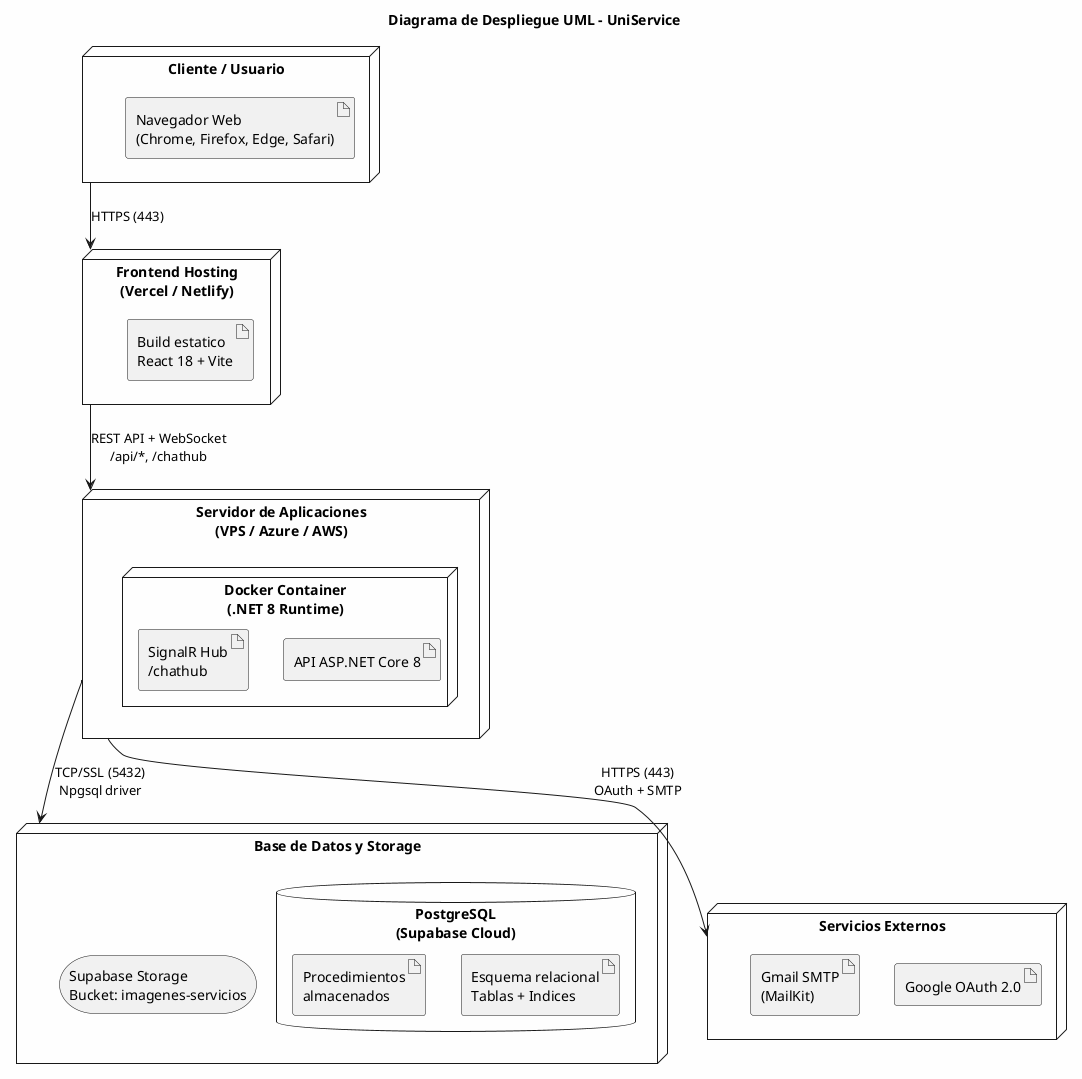
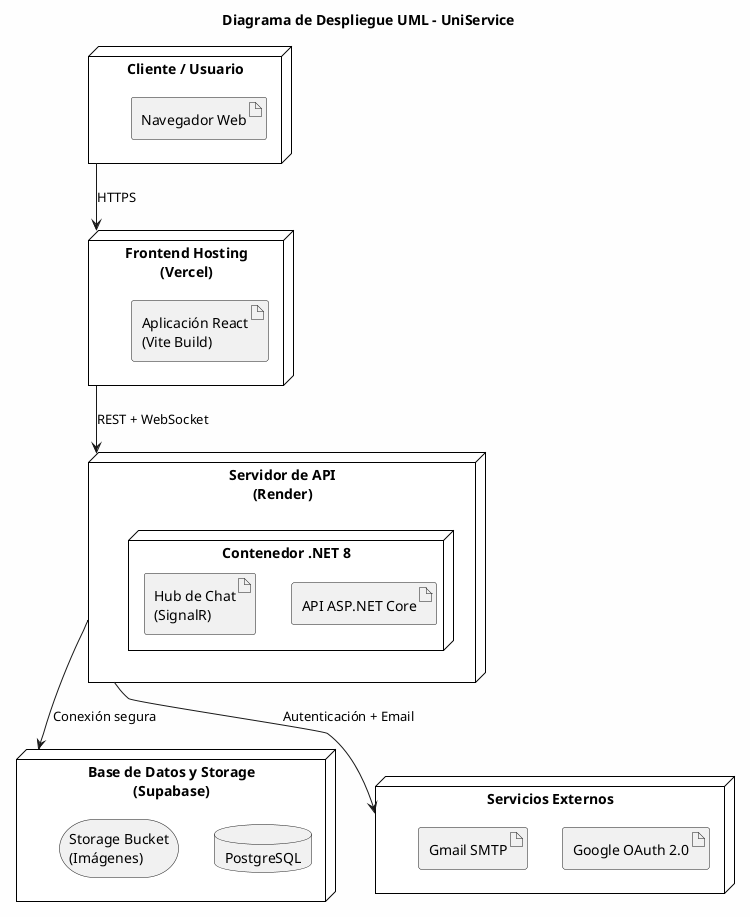
@startuml
skinparam backgroundColor #FEFEFE

title Diagrama de Despliegue UML - UniService

- node "Cliente / Usuario" as Cliente {
-     artifact "Navegador Web\n(Chrome, Firefox, Edge, Safari)" as Browser
+ skinparam node {
+   BackgroundColor White
+   BorderColor Black
}

- node "Frontend Hosting\n(Vercel / Netlify)" as FrontendHost {
-     artifact "Build estatico\nReact 18 + Vite" as ReactBuild
+ node "Cliente / Usuario" as Cliente {
+     artifact "Navegador Web" as Browser
}

- node "Servidor de Aplicaciones\n(VPS / Azure / AWS)" as BackendHost {
-     node "Docker Container\n(.NET 8 Runtime)" as DockerAPI {
-         artifact "API ASP.NET Core 8" as API
-         artifact "SignalR Hub\n/chathub" as Hub
+ node "Frontend Hosting\n(Vercel)" as FrontendHost {
+     artifact "Aplicación React\n(Vite Build)" as ReactBuild
+ }
+ 
+ node "Servidor de API\n(Render)" as BackendHost {
+     node "Contenedor .NET 8" as DockerAPI {
+         artifact "API ASP.NET Core" as API
+         artifact "Hub de Chat\n(SignalR)" as Hub
    }
}

- node "Base de Datos y Storage" as DataLayer {
-     database "PostgreSQL\n(Supabase Cloud)" as Postgres {
-         artifact "Esquema relacional\nTablas + Indices" as Schema
-         artifact "Procedimientos\nalmacenados" as SP
-     }
-     storage "Supabase Storage\nBucket: imagenes-servicios" as Storage
+ node "Base de Datos y Storage\n(Supabase)" as DataLayer {
+     database "PostgreSQL" as Postgres
+     storage "Storage Bucket\n(Imágenes)" as Storage
}

node "Servicios Externos" as External {
    artifact "Google OAuth 2.0" as Google
-     artifact "Gmail SMTP\n(MailKit)" as SMTP
+     artifact "Gmail SMTP" as SMTP
}

- ' Conexiones
- Cliente --> FrontendHost : HTTPS (443)
- FrontendHost --> BackendHost : REST API + WebSocket\n/api/*, /chathub
- BackendHost --> DataLayer : TCP/SSL (5432)\nNpgsql driver
- BackendHost --> External : HTTPS (443)\nOAuth + SMTP
+ Cliente --> FrontendHost : HTTPS
+ FrontendHost --> BackendHost : REST + WebSocket
+ BackendHost --> DataLayer : Conexión segura
+ BackendHost --> External : Autenticación + Email

@enduml
